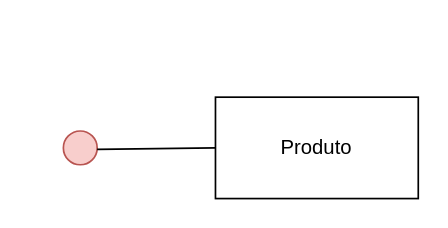
Above: Banco-de-Dados/ex_03_30-04.drawio in mateus-s-a/IFMT_Eng_Computacao (draw.io), before the change. Source tidied: cells renumbered, new cells numbered last; positions are measured from the earlier drawing's top-left corner, leaving out a move shared by most shapes. Both pictures are drawn from the tidied source at 169%, with x=0, y=0 at pixel (63, 96).
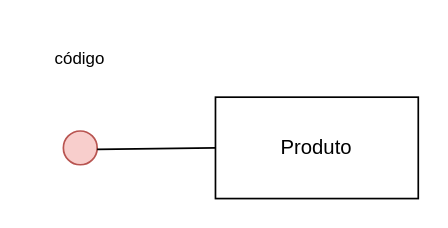
Above is the later version.

What changed in the source:
```diff
@@
 <mxGraphModel>
   <root>
     <mxCell id="0" />
     <mxCell id="1" parent="0" />
     <mxCell id="2" value="&lt;div&gt;Produto&lt;/div&gt;" style="rounded=0;whiteSpace=wrap;html=1;" parent="1" vertex="1">
       <mxGeometry x="90" width="120" height="60" as="geometry" />
     </mxCell>
     <mxCell id="3" style="ellipse;whiteSpace=wrap;html=1;fillColor=#f8cecc;strokeColor=#b85450;" parent="1" vertex="1">
       <mxGeometry y="20" width="20" height="20" as="geometry" />
     </mxCell>
     <mxCell id="4" style="endArrow=none;html=1;rounded=0;fontSize=12;startSize=8;endSize=8;curved=1;" parent="1" edge="1" source="3" target="2">
       <mxGeometry relative="1" as="geometry" />
     </mxCell>
+    <mxCell id="5" value="&lt;font size=&quot;1&quot;&gt;código&lt;/font&gt;" style="text;strokeColor=none;align=center;fillColor=none;html=1;verticalAlign=middle;whiteSpace=wrap;rounded=0;fontSize=16;" parent="1" vertex="1">
+      <mxGeometry x="-20" y="-40" width="60" height="30" as="geometry" />
+    </mxCell>
   </root>
 </mxGraphModel>
```
